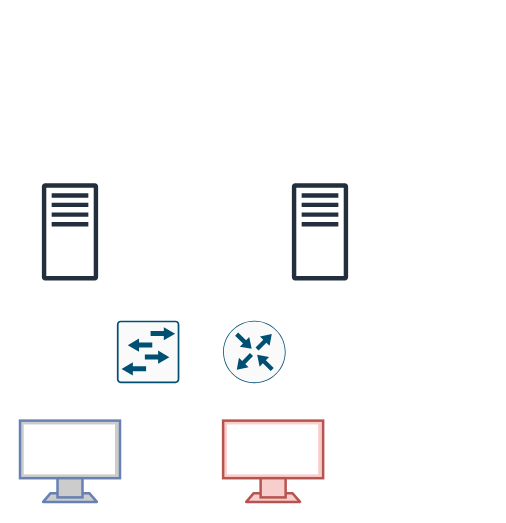
Before: .drawio in AndreVu/ActiveDirectoryLab, a draw.io diagram. Source tidied: cells renumbered, new cells numbered last; positions are measured from the earlier drawing's top-left corner, leaving out a move shared by most shapes. Both pictures are drawn from the tidied source at 125%, with x=0, y=0 at pixel (19, 182).
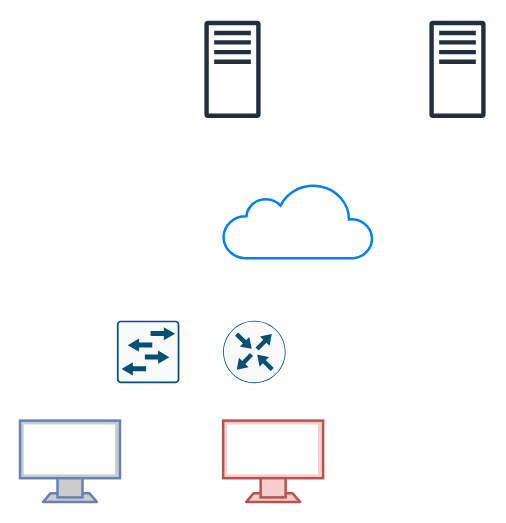
After the change.

Diff of the diagram source:
```diff
@@
 <mxGraphModel>
   <root>
     <mxCell id="0" />
     <mxCell id="1" parent="0" />
     <mxCell id="2" style="sketch=0;fontColor=#232F3E;gradientColor=none;fillColor=#232F3D;strokeColor=none;dashed=0;verticalLabelPosition=bottom;verticalAlign=top;align=center;html=1;fontSize=12;fontStyle=0;shape=mxgraph.aws4.traditional_server;" parent="1" vertex="1">
-      <mxGeometry x="18" width="45" height="78" as="geometry" />
+      <mxGeometry x="148" y="-130" width="45" height="78" as="geometry" />
     </mxCell>
     <mxCell id="3" style="sketch=0;fontColor=#232F3E;gradientColor=none;fillColor=#232F3D;strokeColor=none;dashed=0;verticalLabelPosition=bottom;verticalAlign=top;align=center;html=1;fontSize=12;fontStyle=0;shape=mxgraph.aws4.traditional_server;" parent="1" vertex="1">
-      <mxGeometry x="218" width="45" height="78" as="geometry" />
+      <mxGeometry x="328" y="-130" width="45" height="78" as="geometry" />
     </mxCell>
     <mxCell id="4" style="fontColor=#0066CC;verticalAlign=top;verticalLabelPosition=bottom;labelPosition=center;align=center;html=1;fillColor=#CCCCCC;strokeColor=#6881B3;gradientColor=none;gradientDirection=north;strokeWidth=2;shape=mxgraph.networks.monitor;" parent="1" vertex="1">
       <mxGeometry x="0.5" y="190" width="80" height="65" as="geometry" />
     </mxCell>
     <mxCell id="5" style="verticalAlign=top;verticalLabelPosition=bottom;labelPosition=center;align=center;html=1;fillColor=#f8cecc;strokeColor=#b85450;gradientDirection=north;strokeWidth=2;shape=mxgraph.networks.monitor;" parent="1" vertex="1">
       <mxGeometry x="163" y="190" width="80" height="65" as="geometry" />
     </mxCell>
     <mxCell id="6" style="sketch=0;verticalLabelPosition=bottom;html=1;verticalAlign=top;align=center;shape=mxgraph.cisco19.rect;prIcon=l2_switch;fillColor=#FAFAFA;strokeColor=#005073;" parent="1" vertex="1">
       <mxGeometry x="78" y="110" width="50" height="50" as="geometry" />
     </mxCell>
     <mxCell id="7" style="sketch=0;verticalLabelPosition=bottom;html=1;verticalAlign=top;align=center;shape=mxgraph.cisco19.rect;prIcon=router;fillColor=#FAFAFA;strokeColor=#005073;" parent="1" vertex="1">
       <mxGeometry x="163" y="110" width="50" height="50" as="geometry" />
     </mxCell>
+    <mxCell id="8" style="html=1;verticalLabelPosition=bottom;align=center;labelBackgroundColor=#ffffff;verticalAlign=top;strokeWidth=2;strokeColor=#0080F0;shadow=0;dashed=0;shape=mxgraph.ios7.icons.cloud;" parent="1" vertex="1">
+      <mxGeometry x="163" width="120" height="60" as="geometry" />
+    </mxCell>
   </root>
 </mxGraphModel>
```
